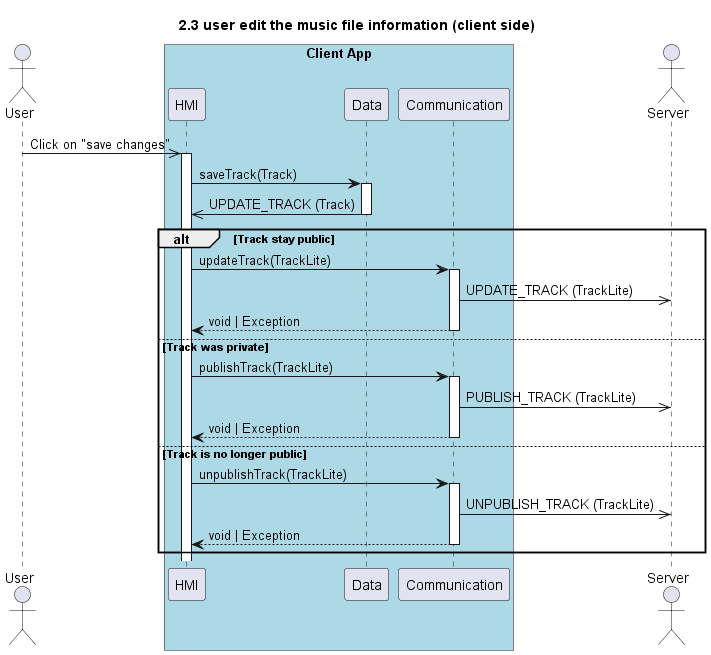
Earlier version of the PlantUML export website/images/sequence/2.3 user edit the music file information (client side).png (UTCAI12/Diagrams).
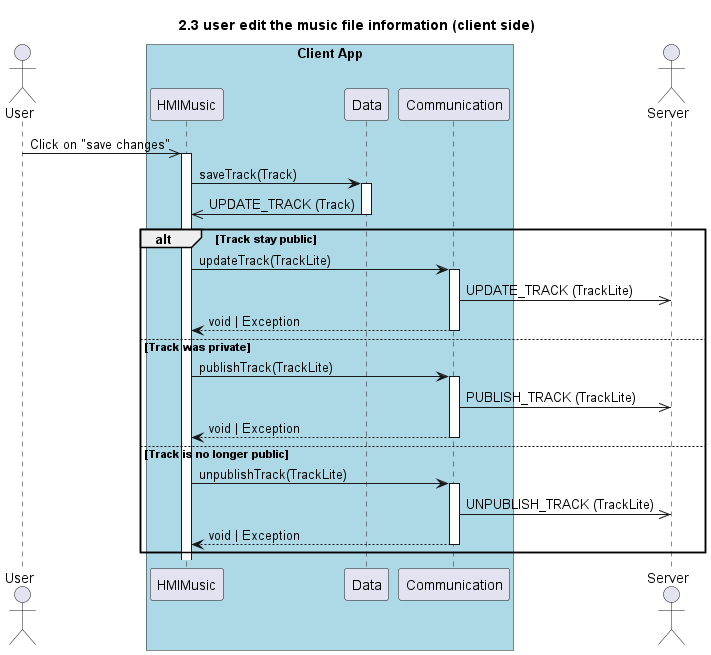
The same file after the commit.

Change to the diagram source:
```diff
@@ -3,7 +3,7 @@
 
 actor "User" as user
 box "Client App" #LightBlue
-    participant "HMI" as hmi
+    participant "HMIMusic" as hmi
     participant "Data" as data
     participant "Communication" as com
 end box
```
